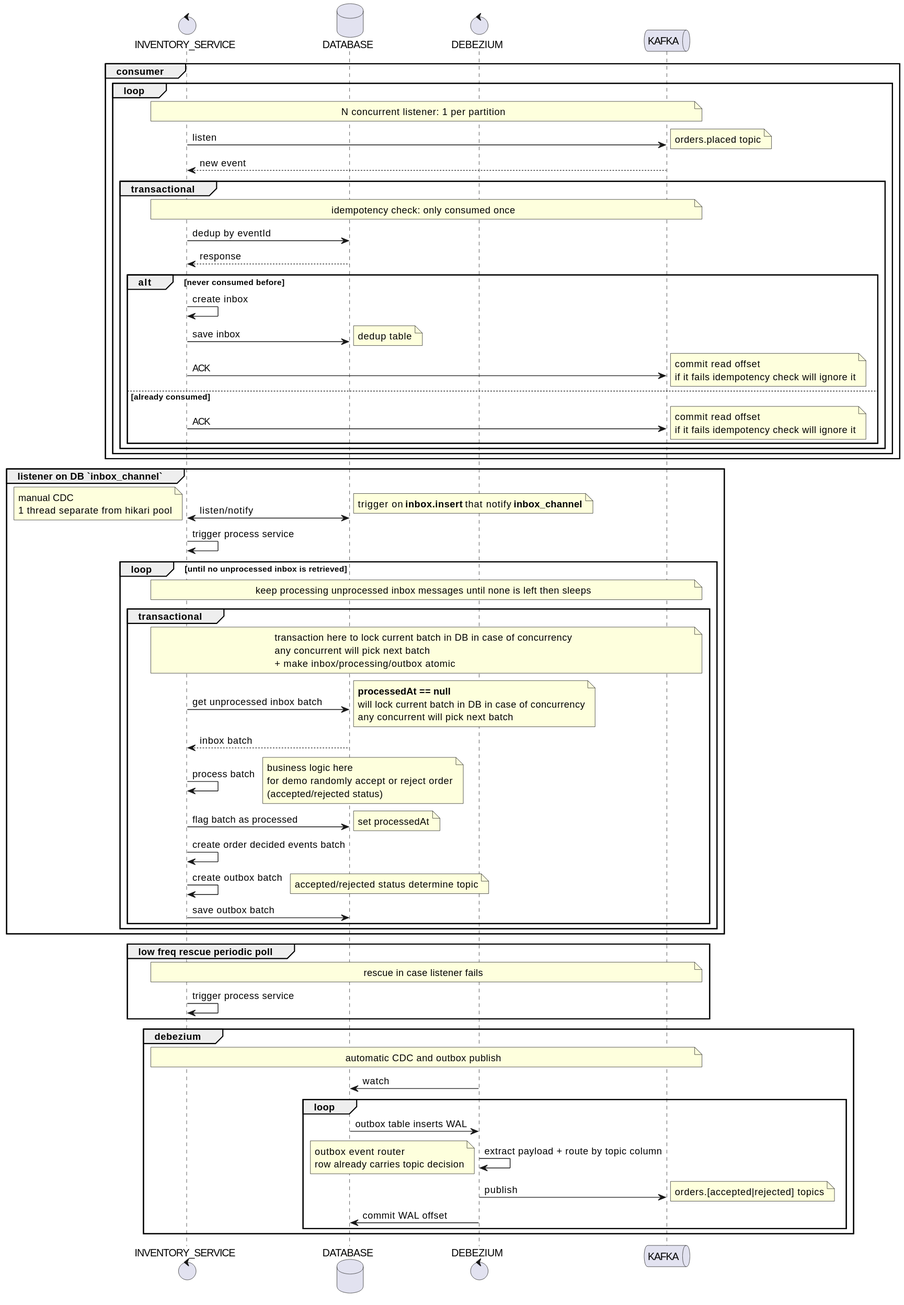
7mza/kafka-demo keeps this PlantUML diagram as docs/inventory_service_seq.svg. Above is the earlier version.
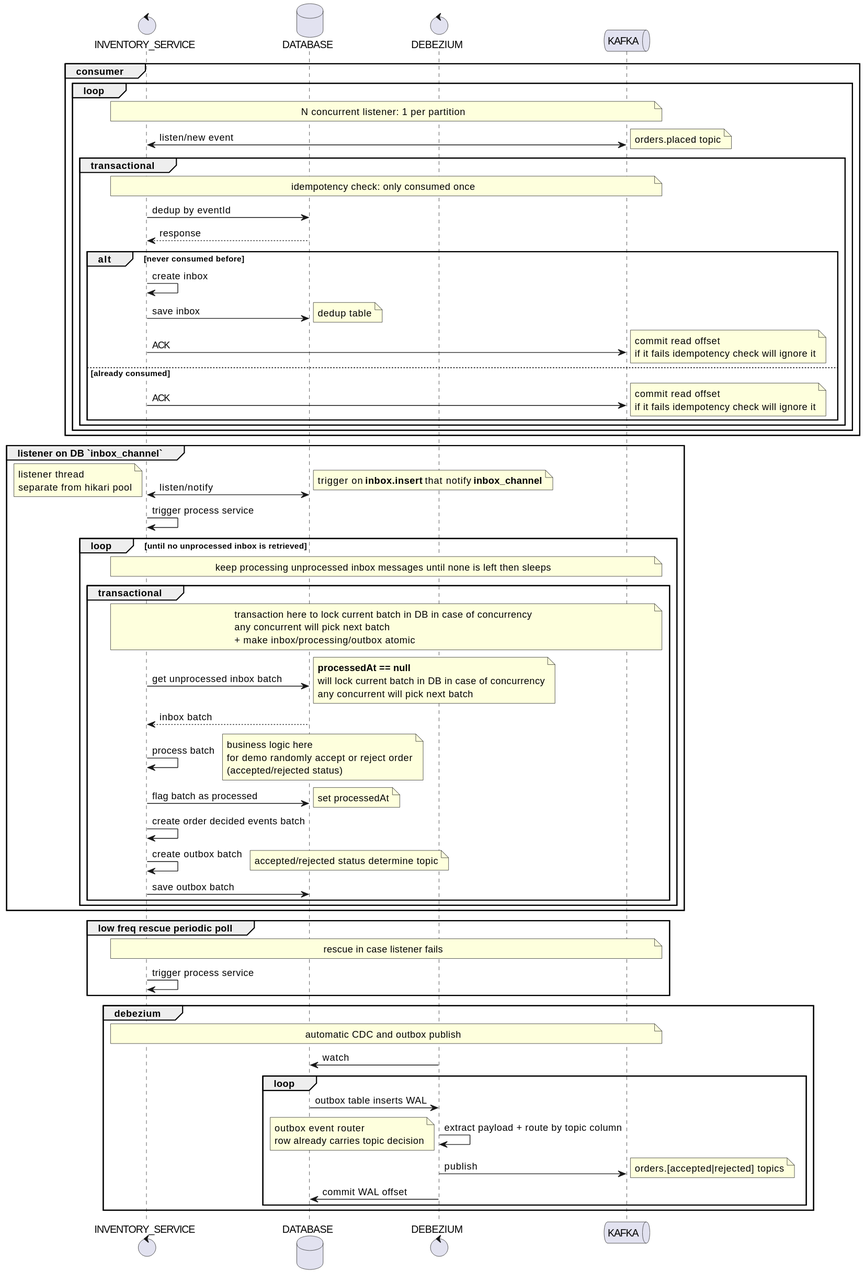
After the change.

Change to the diagram source:
```diff
@@ -7,9 +7,8 @@
 group consumer
     loop
         note across: N concurrent listener: 1 per partition
-        SERVICE -> K: listen
+        SERVICE <-> K: listen/new event
         note right: orders.placed topic
-        K --> SERVICE: new event
         group transactional
             note across: idempotency check: only consumed once
             SERVICE -> DB: dedup by eventId
@@ -30,7 +29,7 @@
 
 group listener on DB `inbox_channel`
     SERVICE <-> DB: listen/notify
-    note left: manual CDC\n1 thread separate from hikari pool
+    note left: listener thread\nseparate from hikari pool
     note right: trigger on **inbox.insert** that notify **inbox_channel**
     SERVICE -> SERVICE: trigger process service
     loop until no unprocessed inbox is retrieved
```
